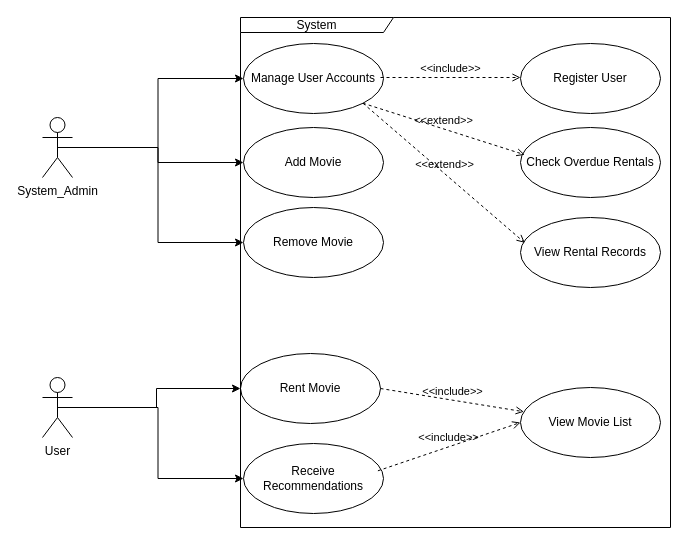
Earlier version of the draw.io diagram UseCase.drawio (leilacctcomp/AADP-OOAD-EirVid-prototype-CA). Source tidied: cells renumbered, new cells numbered last; positions are measured from the earlier drawing's top-left corner, leaving out a move shared by most shapes. Both pictures are drawn from the tidied source at 100%, with x=0, y=0 at pixel (42, 17).
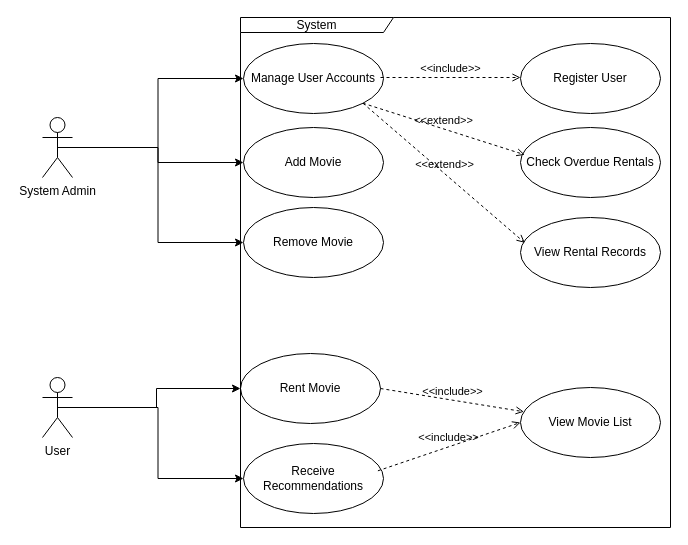
The same page after the edit.

Change to the diagram source:
```diff
@@
-    <mxCell id="5" value="System_Admin" style="shape=umlActor;verticalLabelPosition=bottom;verticalAlign=top;html=1;outlineConnect=0;" parent="1" vertex="1">
+    <mxCell id="5" value="System Admin" style="shape=umlActor;verticalLabelPosition=bottom;verticalAlign=top;html=1;outlineConnect=0;" parent="1" vertex="1">
       <mxGeometry y="100" width="30" height="60" as="geometry" />
     </mxCell>
```
